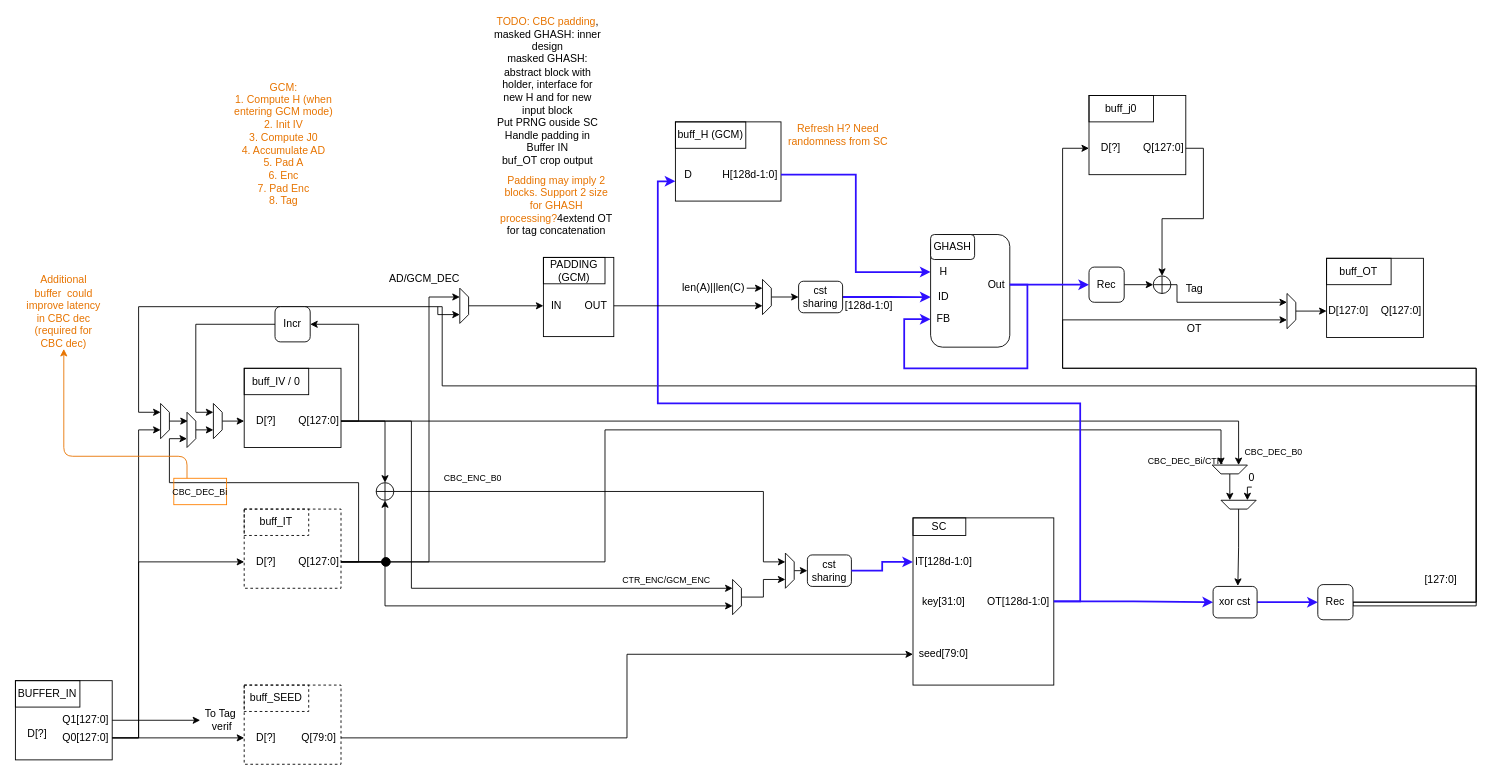
Above: page "Page-2" (2 of 2) of dev/smaesh-mode-arch.drawio in simple-crypto/SMAesH (draw.io), before the change. Source tidied: cells renumbered, new cells numbered last; positions are measured from the earlier drawing's top-left corner, leaving out a move shared by most shapes. Both pictures are drawn from the tidied source at 88%, with x=0, y=0 at pixel (15, 77).
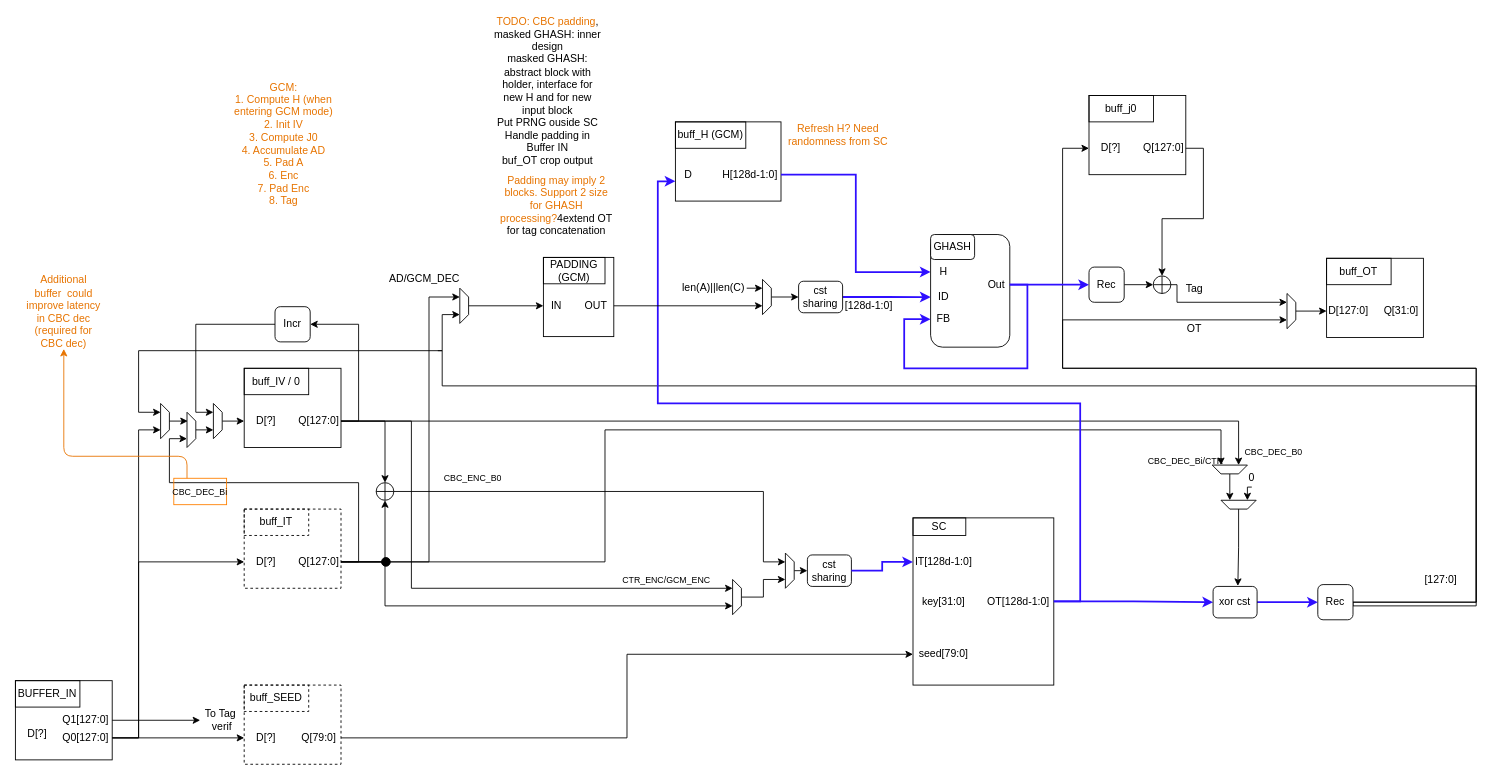
The same page after the edit.

Unchanged cells that the change refers to:
```xml
<mxCell id="24" style="group;" parent="1" vertex="1">
  <mxGeometry x="1490" y="205" width="110" height="90" as="geometry" />
</mxCell>
<mxCell id="32" value="Rec" style="rounded=1;whiteSpace=wrap;html=1;" parent="1" vertex="1">
  <mxGeometry x="1480" y="575.8" width="40" height="40" as="geometry" />
</mxCell>
<mxCell id="81" style="shape=trapezoid;perimeter=trapezoidPerimeter;whiteSpace=wrap;html=1;fixedSize=1;rotation=90;size=10;" parent="1" vertex="1">
  <mxGeometry x="490" y="254" width="40" height="10" as="geometry" />
</mxCell>
<mxCell id="131" style="shape=trapezoid;perimeter=trapezoidPerimeter;whiteSpace=wrap;html=1;fixedSize=1;rotation=90;size=10;" parent="1" vertex="1">
  <mxGeometry x="150" y="385" width="40" height="10" as="geometry" />
</mxCell>
```

Change to the diagram source:
```diff
@@
-    <mxCell id="27" value="Q[127:0]" style="text;html=1;align=center;verticalAlign=middle;whiteSpace=wrap;rounded=0;" parent="24" vertex="1">
+    <mxCell id="27" value="Q[31:0]" style="text;html=1;align=center;verticalAlign=middle;whiteSpace=wrap;rounded=0;" parent="24" vertex="1">
       <mxGeometry x="60" y="45" width="50" height="30" as="geometry" />
     </mxCell>
@@
     <mxCell id="31" style="edgeStyle=orthogonalEdgeStyle;rounded=0;jettySize=auto;html=1;exitX=1;exitY=0.5;exitDx=0;exitDy=0;entryX=0.25;entryY=1;entryDx=0;entryDy=0;" parent="1" edge="1" source="32" target="131">
       <mxGeometry relative="1" as="geometry">
         <Array as="points">
           <mxPoint x="1660" y="596" />
           <mxPoint x="1660" y="350" />
           <mxPoint x="485" y="350" />
-          <mxPoint x="485" y="260" />
-          <mxPoint x="140" y="260" />
+          <mxPoint x="485" y="310" />
+          <mxPoint x="140" y="310" />
           <mxPoint x="140" y="380" />
         </Array>
       </mxGeometry>
     </mxCell>
@@
-    <mxCell id="80" style="edgeStyle=orthogonalEdgeStyle;rounded=0;jettySize=auto;html=1;exitX=0.75;exitY=1;exitDx=0;exitDy=0;endArrow=none;endFill=0;startArrow=classic;startFill=1;" parent="1" edge="1" source="81">
+    <mxCell id="80" style="edgeStyle=orthogonalEdgeStyle;rounded=0;jettySize=auto;html=1;endArrow=none;endFill=0;startArrow=classic;startFill=1;exitX=0.75;exitY=1;exitDx=0;exitDy=0;" parent="1" edge="1" source="81">
       <mxGeometry relative="1" as="geometry">
-        <mxPoint x="480" y="260" as="targetPoint" />
+        <mxPoint x="480" y="310" as="targetPoint" />
         <Array as="points">
-          <mxPoint x="480" y="269" />
+          <mxPoint x="485" y="269" />
         </Array>
       </mxGeometry>
     </mxCell>
```
